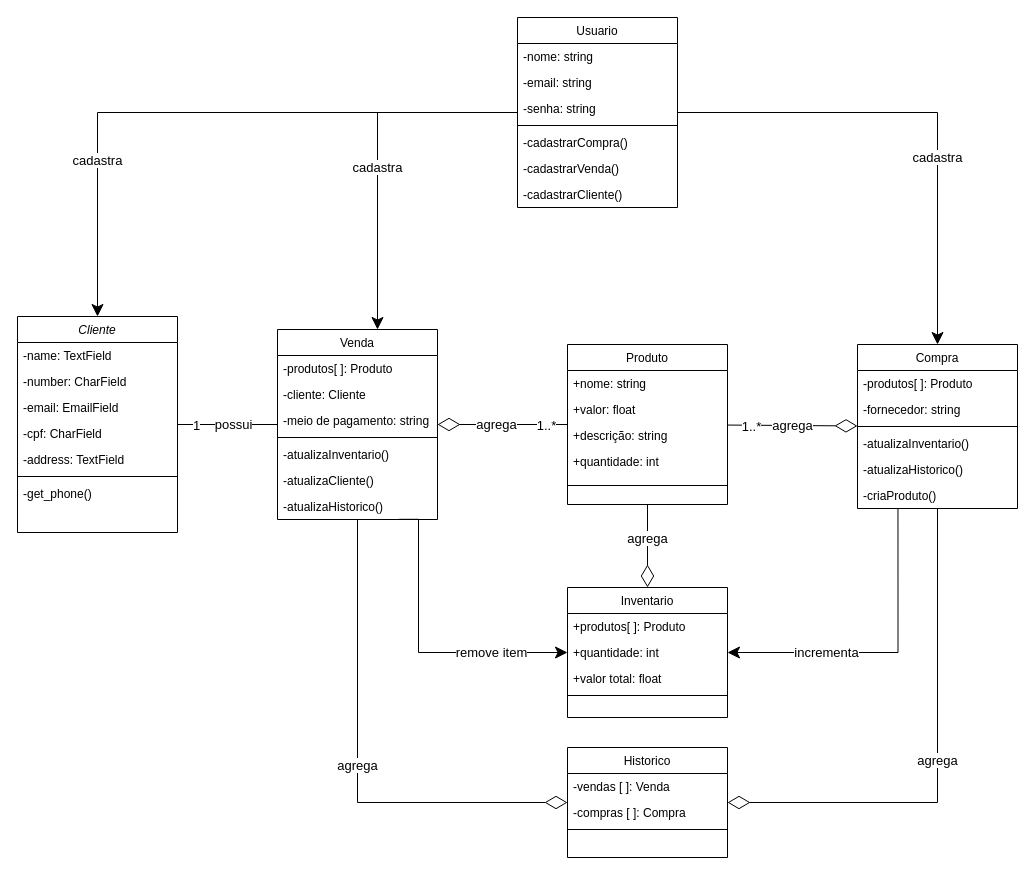
The draw.io diagram docs/Diagrama_de_classes.drawio in vnsrz/MDS-Flux, before the edit. Source tidied: cells renumbered, new cells numbered last; positions are measured from the earlier drawing's top-left corner, leaving out a move shared by most shapes. Both pictures are drawn from the tidied source at 100%, with x=0, y=0 at pixel (17, 17).
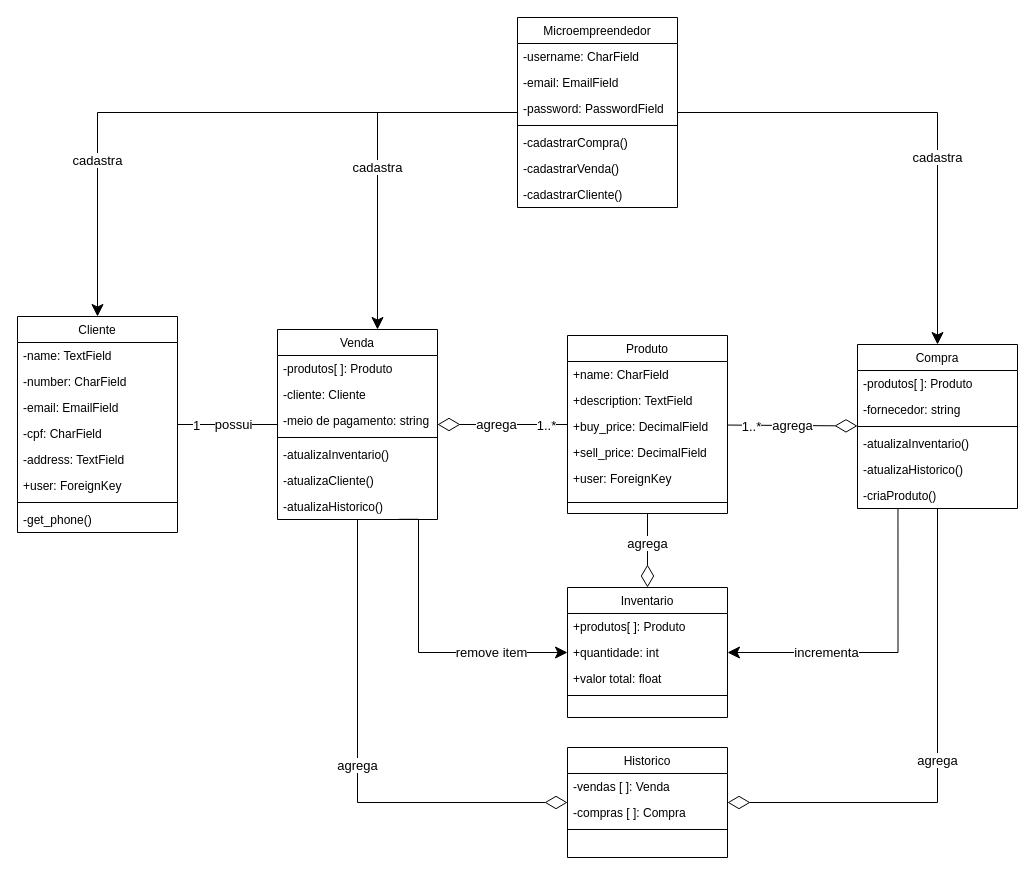
Above is the later version.

The edit, as a diff of the source:
```diff
@@
-    <mxCell id="4" value="Cliente" style="swimlane;fontStyle=2;align=center;verticalAlign=top;horizontal=1;startSize=26;rounded=0;shadow=0;strokeWidth=1;" parent="1" vertex="1">
+    <mxCell id="4" value="Cliente" style="swimlane;fontStyle=0;align=center;verticalAlign=top;horizontal=1;startSize=26;rounded=0;shadow=0;strokeWidth=1;" parent="1" vertex="1">
       <mxGeometry y="299" width="160" height="216" as="geometry" />
     </mxCell>
@@
+    <mxCell id="62" value="+user: ForeignKey" style="text;align=left;verticalAlign=top;spacingLeft=4;spacingRight=4;overflow=hidden;" parent="4" vertex="1">
+      <mxGeometry y="156" width="160" height="26" as="geometry" />
+    </mxCell>
     <mxCell id="10" style="line;html=1;strokeWidth=1;align=left;verticalAlign=middle;spacingTop=-1;spacingLeft=3;spacingRight=3;labelPosition=right;" parent="4" vertex="1">
-      <mxGeometry y="156" width="160" height="8" as="geometry" />
+      <mxGeometry y="182" width="160" height="8" as="geometry" />
     </mxCell>
     <mxCell id="11" value="-get_phone()" style="text;align=left;verticalAlign=top;spacingLeft=4;spacingRight=4;overflow=hidden;" parent="4" vertex="1">
-      <mxGeometry y="164" width="160" height="26" as="geometry" />
+      <mxGeometry y="190" width="160" height="26" as="geometry" />
     </mxCell>
@@
-    <mxCell id="19" value="Usuario" style="swimlane;fontStyle=0;align=center;verticalAlign=top;horizontal=1;startSize=26;rounded=0;shadow=0;strokeWidth=1;" parent="1" vertex="1">
+    <mxCell id="19" value="Microempreendedor" style="swimlane;fontStyle=0;align=center;verticalAlign=top;horizontal=1;startSize=26;rounded=0;shadow=0;strokeWidth=1;" parent="1" vertex="1">
       <mxGeometry x="500" width="160" height="190" as="geometry" />
     </mxCell>
-    <mxCell id="20" value="-nome: string" style="text;align=left;verticalAlign=top;spacingLeft=4;spacingRight=4;overflow=hidden;" parent="19" vertex="1">
+    <mxCell id="20" value="-username: CharField" style="text;align=left;verticalAlign=top;spacingLeft=4;spacingRight=4;overflow=hidden;" parent="19" vertex="1">
       <mxGeometry y="26" width="160" height="26" as="geometry" />
     </mxCell>
-    <mxCell id="21" value="-email: string" style="text;align=left;verticalAlign=top;spacingLeft=4;spacingRight=4;overflow=hidden;" parent="19" vertex="1">
+    <mxCell id="21" value="-email: EmailField" style="text;align=left;verticalAlign=top;spacingLeft=4;spacingRight=4;overflow=hidden;" parent="19" vertex="1">
       <mxGeometry y="52" width="160" height="26" as="geometry" />
     </mxCell>
-    <mxCell id="22" value="-senha: string" style="text;align=left;verticalAlign=top;spacingLeft=4;spacingRight=4;overflow=hidden;" parent="19" vertex="1">
+    <mxCell id="22" value="-password: PasswordField" style="text;align=left;verticalAlign=top;spacingLeft=4;spacingRight=4;overflow=hidden;" parent="19" vertex="1">
       <mxGeometry y="78" width="160" height="26" as="geometry" />
     </mxCell>
@@
     <mxCell id="27" value="Produto" style="swimlane;fontStyle=0;align=center;verticalAlign=top;horizontal=1;startSize=26;rounded=0;shadow=0;strokeWidth=1;" parent="1" vertex="1">
-      <mxGeometry x="550" y="327" width="160" height="160" as="geometry" />
+      <mxGeometry x="550" y="318" width="160" height="178" as="geometry" />
     </mxCell>
-    <mxCell id="28" value="+nome: string" style="text;align=left;verticalAlign=top;spacingLeft=4;spacingRight=4;overflow=hidden;rounded=0;shadow=0;html=0;" parent="27" vertex="1">
+    <mxCell id="28" value="+name: CharField" style="text;align=left;verticalAlign=top;spacingLeft=4;spacingRight=4;overflow=hidden;rounded=0;shadow=0;html=0;" parent="27" vertex="1">
       <mxGeometry y="26" width="160" height="26" as="geometry" />
     </mxCell>
-    <mxCell id="29" value="+valor: float" style="text;align=left;verticalAlign=top;spacingLeft=4;spacingRight=4;overflow=hidden;" parent="27" vertex="1">
-      <mxGeometry y="52" width="160" height="26" as="geometry" />
-    </mxCell>
-    <mxCell id="30" value="+descrição: string" style="text;align=left;verticalAlign=top;spacingLeft=4;spacingRight=4;overflow=hidden;" parent="27" vertex="1">
-      <mxGeometry y="78" width="160" height="26" as="geometry" />
+    <mxCell id="30" value="+description: TextField" style="text;align=left;verticalAlign=top;spacingLeft=4;spacingRight=4;overflow=hidden;" parent="27" vertex="1">
+      <mxGeometry y="52" width="160" height="26" as="geometry" />
     </mxCell>
-    <mxCell id="31" value="+quantidade: int" style="text;align=left;verticalAlign=top;spacingLeft=4;spacingRight=4;overflow=hidden;" parent="27" vertex="1">
-      <mxGeometry y="104" width="160" height="26" as="geometry" />
+    <mxCell id="31" value="+buy_price: DecimalField" style="text;align=left;verticalAlign=top;spacingLeft=4;spacingRight=4;overflow=hidden;" parent="27" vertex="1">
+      <mxGeometry y="78" width="160" height="26" as="geometry" />
     </mxCell>
+    <mxCell id="29" value="+sell_price: DecimalField" style="text;align=left;verticalAlign=top;spacingLeft=4;spacingRight=4;overflow=hidden;" parent="27" vertex="1">
+      <mxGeometry y="104" width="160" height="26" as="geometry" />
+    </mxCell>
+    <mxCell id="63" value="+user: ForeignKey" style="text;align=left;verticalAlign=top;spacingLeft=4;spacingRight=4;overflow=hidden;" parent="27" vertex="1">
+      <mxGeometry y="130" width="160" height="26" as="geometry" />
+    </mxCell>
     <mxCell id="32" style="line;html=1;strokeWidth=1;align=left;verticalAlign=middle;spacingTop=-1;spacingLeft=3;spacingRight=3;labelPosition=right;" parent="27" vertex="1">
-      <mxGeometry y="130" width="160" height="22" as="geometry" />
+      <mxGeometry y="156" width="160" height="22" as="geometry" />
     </mxCell>
```
